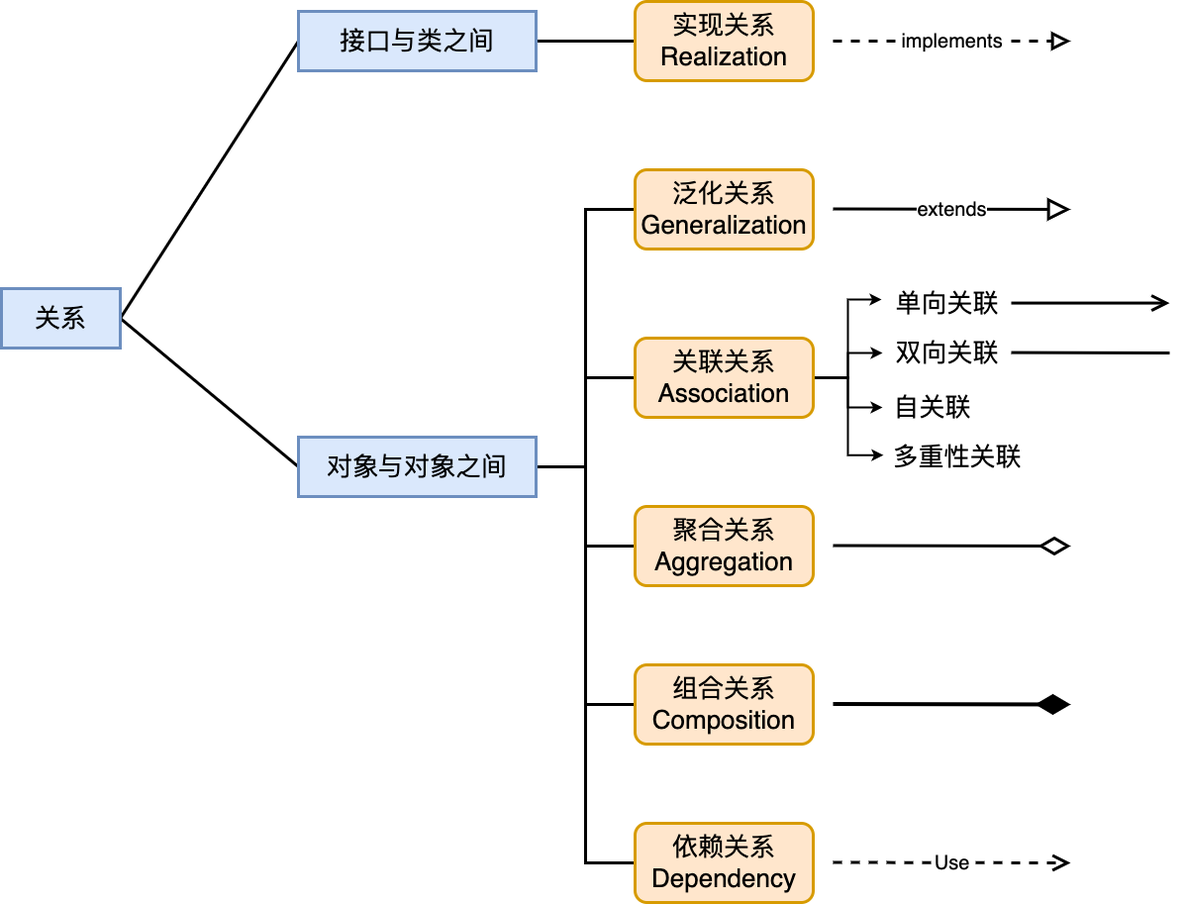
The draw.io diagram EngDev/EIST软件工程/UML类关系.drawio.png in superwjfeng/MarkdownWriting, before a commit. Source tidied: cells renumbered, new cells last; positions are measured from the earlier drawing's top-left corner, leaving out a move shared by most shapes. Source of this version:
```xml
<mxGraphModel background="#ffffff">
  <root>
    <mxCell id="0" />
    <mxCell id="1" parent="0" />
    <mxCell id="2" style="rounded=0;jettySize=auto;html=1;entryX=0;entryY=0.5;entryDx=0;entryDy=0;strokeWidth=3;exitX=1;exitY=0.5;exitDx=0;exitDy=0;endArrow=none;endFill=0;" parent="1" edge="1" source="4" target="6">
      <mxGeometry relative="1" as="geometry" />
    </mxCell>
    <mxCell id="3" style="rounded=0;jettySize=auto;html=1;entryX=0;entryY=0.5;entryDx=0;entryDy=0;strokeWidth=3;exitX=1;exitY=0.5;exitDx=0;exitDy=0;endArrow=none;endFill=0;" parent="1" edge="1" source="4" target="12">
      <mxGeometry relative="1" as="geometry" />
    </mxCell>
    <mxCell id="4" value="&lt;font style=&quot;font-size: 26px;&quot;&gt;关系&lt;/font&gt;" style="rounded=0;whiteSpace=wrap;html=1;fillColor=#dae8fc;strokeColor=#6c8ebf;strokeWidth=3;" parent="1" vertex="1">
      <mxGeometry y="290" width="120" height="60" as="geometry" />
    </mxCell>
    <mxCell id="5" style="edgeStyle=orthogonalEdgeStyle;rounded=0;jettySize=auto;html=1;entryX=0;entryY=0.5;entryDx=0;entryDy=0;endArrow=none;endFill=0;strokeWidth=3;" parent="1" edge="1" source="6" target="13">
      <mxGeometry relative="1" as="geometry" />
    </mxCell>
    <mxCell id="6" value="&lt;span style=&quot;font-size: 26px;&quot;&gt;接口与类之间&lt;/span&gt;" style="rounded=0;whiteSpace=wrap;html=1;fillColor=#dae8fc;strokeColor=#6c8ebf;strokeWidth=3;" parent="1" vertex="1">
      <mxGeometry x="300" y="10" width="240" height="60" as="geometry" />
    </mxCell>
    <mxCell id="7" style="edgeStyle=orthogonalEdgeStyle;rounded=0;jettySize=auto;html=1;entryX=0;entryY=0.5;entryDx=0;entryDy=0;strokeWidth=3;endArrow=none;endFill=0;" parent="1" edge="1" source="12" target="15">
      <mxGeometry relative="1" as="geometry" />
    </mxCell>
    <mxCell id="8" style="edgeStyle=orthogonalEdgeStyle;rounded=0;jettySize=auto;html=1;entryX=0;entryY=0.5;entryDx=0;entryDy=0;strokeWidth=3;endArrow=none;endFill=0;" parent="1" edge="1" source="12" target="22">
      <mxGeometry relative="1" as="geometry" />
    </mxCell>
    <mxCell id="9" style="edgeStyle=orthogonalEdgeStyle;rounded=0;jettySize=auto;html=1;entryX=0;entryY=0.5;entryDx=0;entryDy=0;strokeWidth=3;endArrow=none;endFill=0;" parent="1" edge="1" source="12" target="23">
      <mxGeometry relative="1" as="geometry" />
    </mxCell>
    <mxCell id="10" style="edgeStyle=orthogonalEdgeStyle;rounded=0;jettySize=auto;html=1;entryX=0;entryY=0.5;entryDx=0;entryDy=0;strokeWidth=3;endArrow=none;endFill=0;" parent="1" edge="1" source="12" target="24">
      <mxGeometry relative="1" as="geometry" />
    </mxCell>
    <mxCell id="11" style="edgeStyle=orthogonalEdgeStyle;rounded=0;jettySize=auto;html=1;entryX=0;entryY=0.5;entryDx=0;entryDy=0;strokeWidth=3;endArrow=none;endFill=0;" parent="1" edge="1" source="12" target="25">
      <mxGeometry relative="1" as="geometry" />
    </mxCell>
    <mxCell id="12" value="&lt;span style=&quot;font-size: 26px;&quot;&gt;对象与对象之间&lt;/span&gt;" style="rounded=0;whiteSpace=wrap;html=1;fillColor=#dae8fc;strokeColor=#6c8ebf;strokeWidth=3;" parent="1" vertex="1">
      <mxGeometry x="300" y="440" width="240" height="60" as="geometry" />
    </mxCell>
    <mxCell id="13" value="&lt;font style=&quot;font-size: 26px;&quot;&gt;实现关系&lt;br&gt;Realization&lt;br&gt;&lt;/font&gt;" style="rounded=1;whiteSpace=wrap;html=1;fillColor=#ffe6cc;strokeColor=#d79b00;strokeWidth=3;" parent="1" vertex="1">
      <mxGeometry x="640" width="180" height="80" as="geometry" />
    </mxCell>
    <mxCell id="14" value="&lt;font style=&quot;font-size: 20px;&quot;&gt;extends&lt;/font&gt;" style="endArrow=block;endSize=16;endFill=0;html=1;rounded=0;strokeWidth=3;" parent="1" edge="1">
      <mxGeometry relative="1" as="geometry">
        <mxPoint x="840" y="209.5" as="sourcePoint" />
        <mxPoint x="1080" y="210" as="targetPoint" />
      </mxGeometry>
    </mxCell>
    <mxCell id="15" value="&lt;font style=&quot;font-size: 26px;&quot;&gt;泛化关系&lt;br&gt;Generalization&lt;br&gt;&lt;/font&gt;" style="rounded=1;whiteSpace=wrap;html=1;fillColor=#ffe6cc;strokeColor=#d79b00;strokeWidth=3;" parent="1" vertex="1">
      <mxGeometry x="640" y="170" width="180" height="80" as="geometry" />
    </mxCell>
    <mxCell id="16" value="&lt;font style=&quot;font-size: 20px;&quot;&gt;Use&lt;/font&gt;" style="endArrow=open;endSize=12;dashed=1;html=1;rounded=0;strokeWidth=3;" parent="1" edge="1">
      <mxGeometry relative="1" as="geometry">
        <mxPoint x="840" y="869.5" as="sourcePoint" />
        <mxPoint x="1080" y="870" as="targetPoint" />
      </mxGeometry>
    </mxCell>
    <mxCell id="17" value="&lt;font style=&quot;font-size: 20px;&quot;&gt;implements&lt;/font&gt;" style="endArrow=block;dashed=1;endFill=0;endSize=12;html=1;rounded=0;strokeWidth=3;" parent="1" edge="1">
      <mxGeometry relative="1" as="geometry">
        <mxPoint x="840" y="40" as="sourcePoint" />
        <mxPoint x="1080" y="40" as="targetPoint" />
      </mxGeometry>
    </mxCell>
    <mxCell id="18" style="edgeStyle=orthogonalEdgeStyle;rounded=0;jettySize=auto;html=1;entryX=-0.008;entryY=0.4;entryDx=0;entryDy=0;entryPerimeter=0;strokeWidth=2;" parent="1" edge="1" source="22" target="28">
      <mxGeometry relative="1" as="geometry" />
    </mxCell>
    <mxCell id="19" style="edgeStyle=orthogonalEdgeStyle;rounded=0;jettySize=auto;html=1;strokeWidth=2;" parent="1" edge="1" source="22" target="29">
      <mxGeometry relative="1" as="geometry" />
    </mxCell>
    <mxCell id="20" style="edgeStyle=orthogonalEdgeStyle;rounded=0;jettySize=auto;html=1;strokeWidth=2;" parent="1" edge="1" source="22" target="30">
      <mxGeometry relative="1" as="geometry" />
    </mxCell>
    <mxCell id="21" style="edgeStyle=orthogonalEdgeStyle;rounded=0;jettySize=auto;html=1;entryX=0.006;entryY=0.456;entryDx=0;entryDy=0;entryPerimeter=0;strokeWidth=2;" parent="1" edge="1" source="22" target="31">
      <mxGeometry relative="1" as="geometry" />
    </mxCell>
    <mxCell id="22" value="&lt;font style=&quot;font-size: 26px;&quot;&gt;关联关系&lt;br&gt;Association&lt;br&gt;&lt;/font&gt;" style="rounded=1;whiteSpace=wrap;html=1;fillColor=#ffe6cc;strokeColor=#d79b00;strokeWidth=3;" parent="1" vertex="1">
      <mxGeometry x="640" y="340" width="180" height="80" as="geometry" />
    </mxCell>
    <mxCell id="23" value="&lt;font style=&quot;font-size: 26px;&quot;&gt;聚合关系&lt;br&gt;Aggregation&lt;br&gt;&lt;/font&gt;" style="rounded=1;whiteSpace=wrap;html=1;fillColor=#ffe6cc;strokeColor=#d79b00;strokeWidth=3;" parent="1" vertex="1">
      <mxGeometry x="640" y="510" width="180" height="80" as="geometry" />
    </mxCell>
    <mxCell id="24" value="&lt;font style=&quot;font-size: 26px;&quot;&gt;组合关系&lt;br&gt;Composition&lt;br&gt;&lt;/font&gt;" style="rounded=1;whiteSpace=wrap;html=1;fillColor=#ffe6cc;strokeColor=#d79b00;strokeWidth=3;" parent="1" vertex="1">
      <mxGeometry x="640" y="670" width="180" height="80" as="geometry" />
    </mxCell>
    <mxCell id="25" value="&lt;font style=&quot;font-size: 26px;&quot;&gt;依赖关系&lt;br&gt;Dependency&lt;br&gt;&lt;/font&gt;" style="rounded=1;whiteSpace=wrap;html=1;fillColor=#ffe6cc;strokeColor=#d79b00;strokeWidth=3;" parent="1" vertex="1">
      <mxGeometry x="640" y="830" width="180" height="80" as="geometry" />
    </mxCell>
    <mxCell id="26" style="endArrow=diamondThin;endFill=1;endSize=24;html=1;rounded=0;strokeWidth=4;" parent="1" edge="1">
      <mxGeometry relative="1" as="geometry">
        <mxPoint x="840" y="709.5" as="sourcePoint" />
        <mxPoint x="1080" y="710" as="targetPoint" />
      </mxGeometry>
    </mxCell>
    <mxCell id="27" style="endArrow=diamondThin;endFill=0;endSize=24;html=1;rounded=0;strokeWidth=3;" parent="1" edge="1">
      <mxGeometry relative="1" as="geometry">
        <mxPoint x="840" y="549.5" as="sourcePoint" />
        <mxPoint x="1080" y="550" as="targetPoint" />
      </mxGeometry>
    </mxCell>
    <mxCell id="28" value="&lt;font style=&quot;font-size: 26px;&quot;&gt;单向关联&lt;/font&gt;" style="text;html=1;align=center;verticalAlign=middle;points=[];strokeColor=none;fillColor=none;" parent="1" vertex="1">
      <mxGeometry x="890" y="285" width="130" height="40" as="geometry" />
    </mxCell>
    <mxCell id="29" value="&lt;font style=&quot;font-size: 26px;&quot;&gt;双向关联&lt;/font&gt;" style="text;html=1;align=center;verticalAlign=middle;points=[];strokeColor=none;fillColor=none;" parent="1" vertex="1">
      <mxGeometry x="890" y="335" width="130" height="40" as="geometry" />
    </mxCell>
    <mxCell id="30" value="&lt;font style=&quot;font-size: 26px;&quot;&gt;自关联&lt;/font&gt;" style="text;html=1;align=center;verticalAlign=middle;points=[];strokeColor=none;fillColor=none;" parent="1" vertex="1">
      <mxGeometry x="890" y="390" width="100" height="40" as="geometry" />
    </mxCell>
    <mxCell id="31" value="&lt;font style=&quot;font-size: 26px;&quot;&gt;多重性关联&lt;/font&gt;" style="text;html=1;align=center;verticalAlign=middle;points=[];strokeColor=none;fillColor=none;" parent="1" vertex="1">
      <mxGeometry x="890" y="440" width="150" height="40" as="geometry" />
    </mxCell>
    <mxCell id="32" style="endArrow=open;endFill=1;endSize=12;html=1;rounded=0;strokeWidth=3;" parent="1" edge="1">
      <mxGeometry relative="1" as="geometry">
        <mxPoint x="1020" y="304.6" as="sourcePoint" />
        <mxPoint x="1180" y="304.6" as="targetPoint" />
      </mxGeometry>
    </mxCell>
    <mxCell id="33" style="endArrow=none;html=1;rounded=0;strokeWidth=3;" parent="1" edge="1">
      <mxGeometry relative="1" as="geometry">
        <mxPoint x="1020" y="354.6" as="sourcePoint" />
        <mxPoint x="1180" y="355" as="targetPoint" />
      </mxGeometry>
    </mxCell>
  </root>
</mxGraphModel>
```
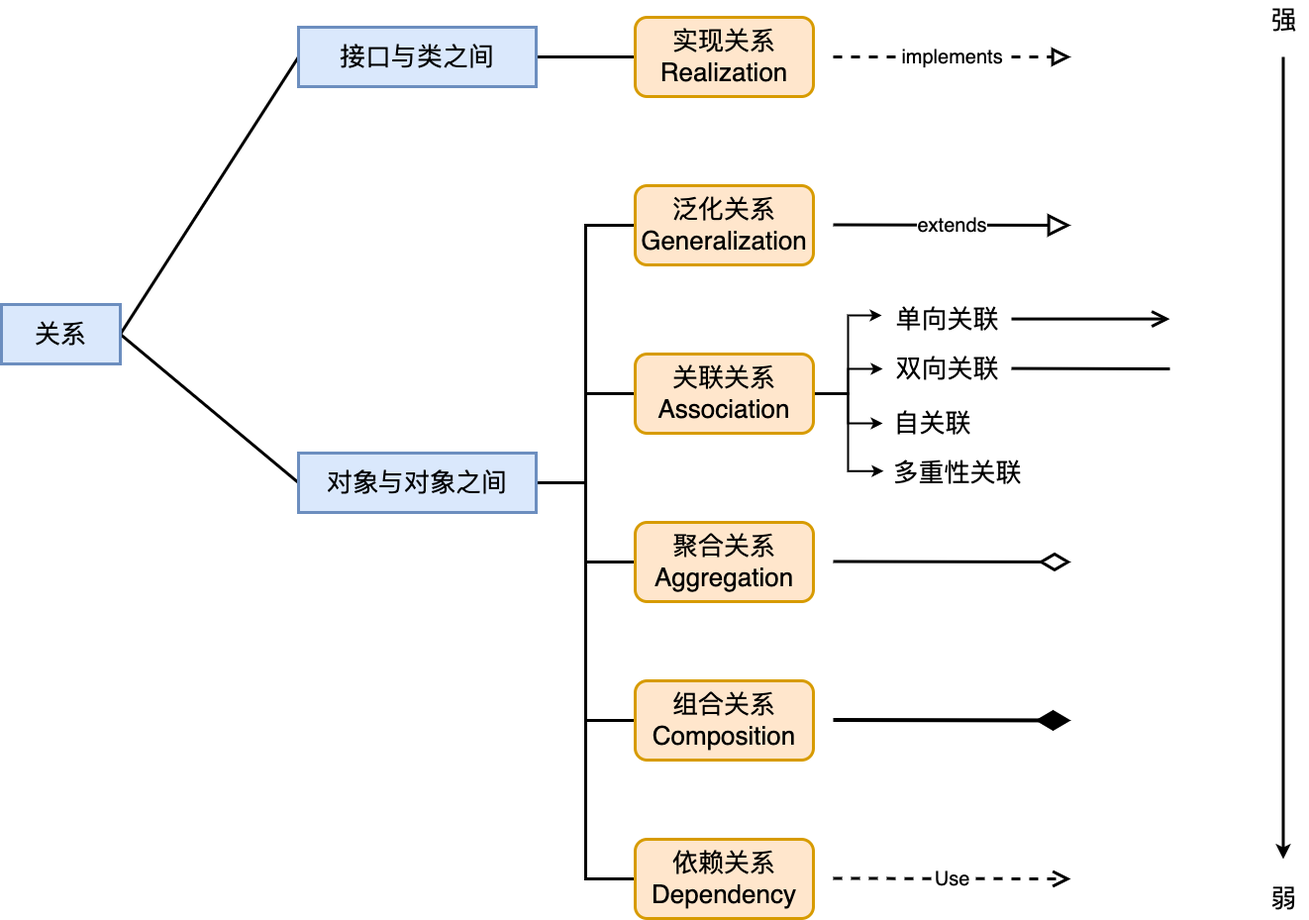
After the commit.

What changed in the source:
```diff
@@ -119,5 +119,17 @@
         <mxPoint x="1180" y="355" as="targetPoint" />
       </mxGeometry>
     </mxCell>
+    <mxCell id="34" style="endArrow=classic;html=1;rounded=0;strokeWidth=3;" parent="1" edge="1">
+      <mxGeometry relative="1" as="geometry">
+        <mxPoint x="1294.5" y="40" as="sourcePoint" />
+        <mxPoint x="1294.5" y="850" as="targetPoint" />
+      </mxGeometry>
+    </mxCell>
+    <mxCell id="35" value="&lt;font style=&quot;font-size: 26px;&quot;&gt;强&lt;/font&gt;" style="text;html=1;align=center;verticalAlign=middle;strokeColor=none;fillColor=none;" parent="1" vertex="1">
+      <mxGeometry x="1270" y="-17" width="50" height="40" as="geometry" />
+    </mxCell>
+    <mxCell id="36" value="&lt;span style=&quot;font-size: 26px;&quot;&gt;弱&lt;/span&gt;" style="text;html=1;align=center;verticalAlign=middle;strokeColor=none;fillColor=none;" parent="1" vertex="1">
+      <mxGeometry x="1270" y="870" width="50" height="40" as="geometry" />
+    </mxCell>
   </root>
 </mxGraphModel>
```
